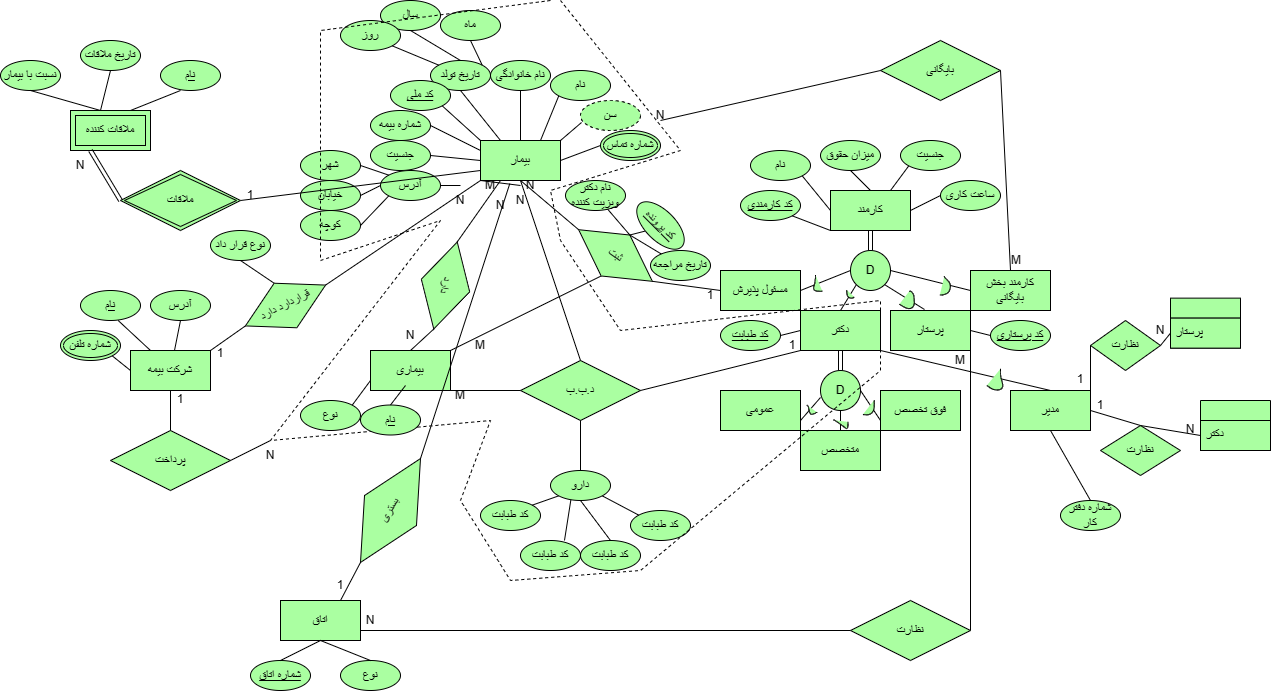
nargesghan/database keeps this draw.io diagram as hospital eer.drawio.png. Above is the earlier version. Source tidied: cells renumbered, new cells last; positions are measured from the earlier drawing's top-left corner, leaving out a move shared by most shapes.
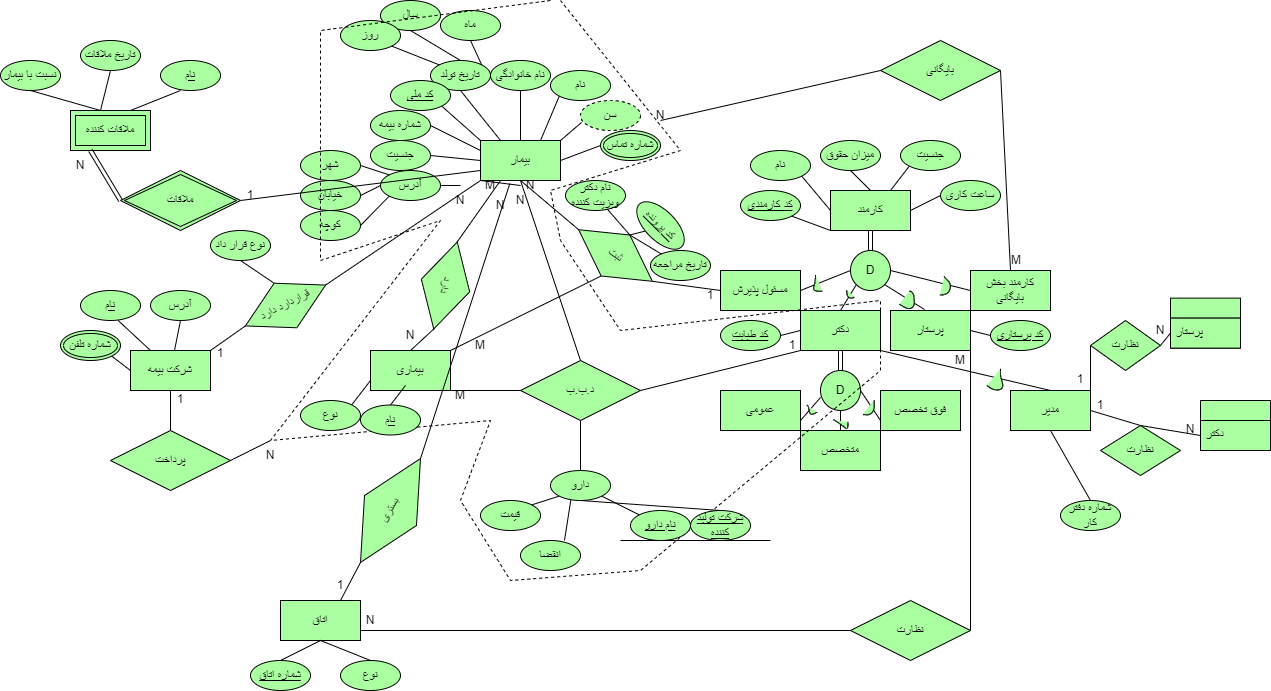
The same file after the commit.

Change to the diagram source:
```diff
@@ -253,30 +253,6 @@
         <mxPoint x="580" y="470" as="targetPoint" />
       </mxGeometry>
     </mxCell>
-    <mxCell id="83" value="کد طبابت" style="ellipse;whiteSpace=wrap;html=1;strokeColor=#000000;fillColor=#AAFFA1;" parent="1" vertex="1">
-      <mxGeometry x="520" y="540" width="60" height="30" as="geometry" />
-    </mxCell>
-    <mxCell id="84" value="کد طبابت" style="ellipse;whiteSpace=wrap;html=1;strokeColor=#000000;fillColor=#AAFFA1;" parent="1" vertex="1">
-      <mxGeometry x="580" y="540" width="60" height="30" as="geometry" />
-    </mxCell>
-    <mxCell id="85" value="کد طبابت" style="ellipse;whiteSpace=wrap;html=1;strokeColor=#000000;fillColor=#AAFFA1;" parent="1" vertex="1">
-      <mxGeometry x="480" y="500" width="60" height="30" as="geometry" />
-    </mxCell>
-    <mxCell id="86" value="کد طبابت" style="ellipse;whiteSpace=wrap;html=1;strokeColor=#000000;fillColor=#AAFFA1;" parent="1" vertex="1">
-      <mxGeometry x="630" y="510" width="60" height="30" as="geometry" />
-    </mxCell>
-    <mxCell id="87" style="endArrow=none;html=1;rounded=0;exitX=0;exitY=1;exitDx=0;exitDy=0;entryX=1;entryY=0;entryDx=0;entryDy=0;strokeColor=#000000;fillColor=#AAFFA1;" parent="1" edge="1" source="103" target="85">
-      <mxGeometry relative="1" as="geometry" />
-    </mxCell>
-    <mxCell id="88" style="endArrow=none;html=1;rounded=0;exitX=0.341;exitY=0.958;exitDx=0;exitDy=0;entryX=0.733;entryY=0;entryDx=0;entryDy=0;entryPerimeter=0;exitPerimeter=0;strokeColor=#000000;fillColor=#AAFFA1;" parent="1" edge="1" source="103" target="83">
-      <mxGeometry relative="1" as="geometry" />
-    </mxCell>
-    <mxCell id="89" style="endArrow=none;html=1;rounded=0;exitX=0.5;exitY=1;exitDx=0;exitDy=0;entryX=0.5;entryY=0;entryDx=0;entryDy=0;strokeColor=#000000;fillColor=#AAFFA1;" parent="1" edge="1" source="103" target="84">
-      <mxGeometry relative="1" as="geometry" />
-    </mxCell>
-    <mxCell id="90" style="endArrow=none;html=1;rounded=0;exitX=1;exitY=1;exitDx=0;exitDy=0;entryX=0;entryY=0;entryDx=0;entryDy=0;strokeColor=#000000;fillColor=#AAFFA1;" parent="1" edge="1" source="103" target="86">
-      <mxGeometry relative="1" as="geometry" />
-    </mxCell>
     <mxCell id="91" value="شرکت بیمه" style="rounded=0;whiteSpace=wrap;html=1;strokeColor=#000000;fillColor=#AAFFA1;" parent="1" vertex="1">
       <mxGeometry x="130" y="350" width="80" height="40" as="geometry" />
     </mxCell>
@@ -313,9 +289,6 @@
     <mxCell id="102" style="endArrow=none;html=1;rounded=0;exitX=0.5;exitY=1;exitDx=0;exitDy=0;entryX=0.5;entryY=0;entryDx=0;entryDy=0;strokeColor=#000000;fillColor=#AAFFA1;" parent="1" edge="1" source="101" target="92">
       <mxGeometry relative="1" as="geometry" />
     </mxCell>
-    <mxCell id="103" value="دارو" style="ellipse;whiteSpace=wrap;html=1;strokeColor=#000000;fillColor=#AAFFA1;" parent="1" vertex="1">
-      <mxGeometry x="550" y="470" width="60" height="30" as="geometry" />
-    </mxCell>
     <mxCell id="104" value="نوع" style="ellipse;whiteSpace=wrap;html=1;strokeColor=#000000;fillColor=#AAFFA1;" parent="1" vertex="1">
       <mxGeometry x="300" y="400" width="60" height="30" as="geometry" />
     </mxCell>
@@ -596,5 +569,38 @@
     <mxCell id="181" value="1" style="text;strokeColor=none;align=center;fillColor=none;html=1;verticalAlign=middle;whiteSpace=wrap;rounded=0;" parent="1" vertex="1">
       <mxGeometry x="150" y="384.3" width="60" height="30" as="geometry" />
     </mxCell>
+    <mxCell id="182" value="انقضا" style="ellipse;whiteSpace=wrap;html=1;strokeColor=#000000;fillColor=#AAFFA1;" parent="1" vertex="1">
+      <mxGeometry x="520" y="540" width="60" height="30" as="geometry" />
+    </mxCell>
+    <mxCell id="183" value="&lt;u&gt;شرکت تولید کننده&lt;/u&gt;" style="ellipse;whiteSpace=wrap;html=1;strokeColor=#000000;fillColor=#AAFFA1;" parent="1" vertex="1">
+      <mxGeometry x="690" y="510" width="60" height="30" as="geometry" />
+    </mxCell>
+    <mxCell id="184" value="قیمت" style="ellipse;whiteSpace=wrap;html=1;strokeColor=#000000;fillColor=#AAFFA1;" parent="1" vertex="1">
+      <mxGeometry x="480" y="500" width="60" height="30" as="geometry" />
+    </mxCell>
+    <mxCell id="185" value="&lt;u&gt;نام دارو&lt;/u&gt;" style="ellipse;whiteSpace=wrap;html=1;strokeColor=#000000;fillColor=#AAFFA1;" parent="1" vertex="1">
+      <mxGeometry x="630" y="510" width="60" height="30" as="geometry" />
+    </mxCell>
+    <mxCell id="186" style="endArrow=none;html=1;rounded=0;exitX=0;exitY=1;exitDx=0;exitDy=0;entryX=1;entryY=0;entryDx=0;entryDy=0;strokeColor=#000000;fillColor=#AAFFA1;" parent="1" edge="1" source="103" target="184">
+      <mxGeometry relative="1" as="geometry" />
+    </mxCell>
+    <mxCell id="187" style="endArrow=none;html=1;rounded=0;exitX=0.341;exitY=0.958;exitDx=0;exitDy=0;entryX=0.733;entryY=0;entryDx=0;entryDy=0;entryPerimeter=0;exitPerimeter=0;strokeColor=#000000;fillColor=#AAFFA1;" parent="1" edge="1" source="103" target="182">
+      <mxGeometry relative="1" as="geometry" />
+    </mxCell>
+    <mxCell id="188" style="endArrow=none;html=1;rounded=0;exitX=0.5;exitY=1;exitDx=0;exitDy=0;entryX=0.5;entryY=0;entryDx=0;entryDy=0;strokeColor=#000000;fillColor=#AAFFA1;" parent="1" edge="1" source="103" target="183">
+      <mxGeometry relative="1" as="geometry" />
+    </mxCell>
+    <mxCell id="189" style="endArrow=none;html=1;rounded=0;exitX=1;exitY=1;exitDx=0;exitDy=0;entryX=0;entryY=0;entryDx=0;entryDy=0;strokeColor=#000000;fillColor=#AAFFA1;" parent="1" edge="1" source="103" target="185">
+      <mxGeometry relative="1" as="geometry" />
+    </mxCell>
+    <mxCell id="103" value="دارو" style="ellipse;whiteSpace=wrap;html=1;strokeColor=#000000;fillColor=#AAFFA1;" parent="1" vertex="1">
+      <mxGeometry x="550" y="470" width="60" height="30" as="geometry" />
+    </mxCell>
+    <mxCell id="190" style="endArrow=none;html=1;rounded=0;" parent="1" edge="1">
+      <mxGeometry relative="1" as="geometry">
+        <mxPoint x="620" y="540" as="sourcePoint" />
+        <mxPoint x="770" y="540" as="targetPoint" />
+      </mxGeometry>
+    </mxCell>
   </root>
 </mxGraphModel>
```
